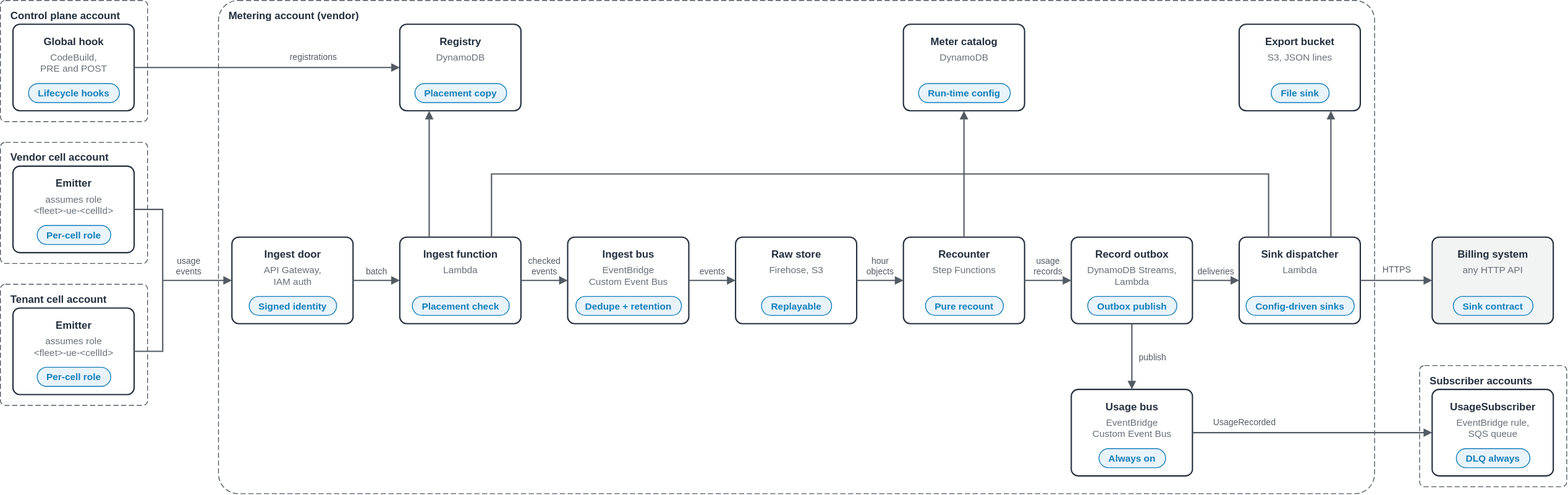
Above: samples/tenant-usage-metering/diagrams/tenant-usage-metering.components.drawio.svg in aws-samples/sample-agentic-ai-acceleration-patterns (draw.io), before the change. Source tidied: cells renumbered, new cells last; positions are measured from the earlier drawing's top-left corner, leaving out a move shared by most shapes.
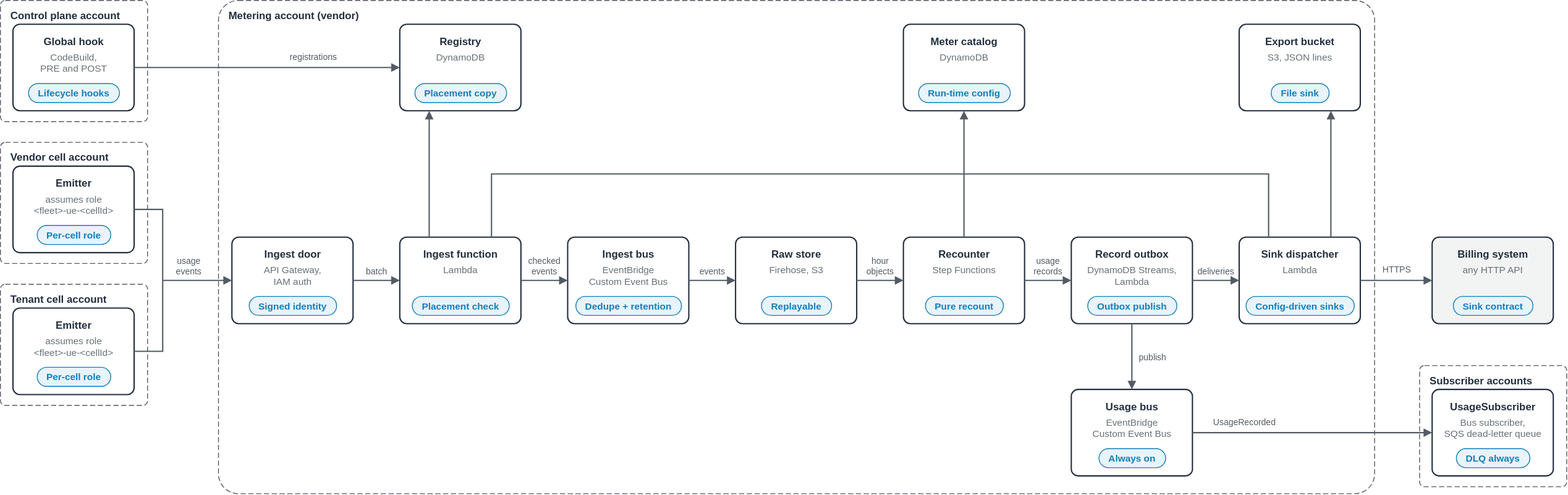
After the commit.

Commit message:
tenant-usage-metering: threat model; subscriber label on both diagrams

The edit, as a diff of the source:
```diff
@@ -203,7 +203,7 @@
     <mxCell id="68" value="UsageSubscriber" style="text;html=0;align=center;verticalAlign=top;fontSize=12;fontStyle=1;fontColor=#232F3E;spacing=0;spacingTop=0;" parent="1" vertex="1">
       <mxGeometry x="1659" y="458" width="132" height="18" as="geometry" />
     </mxCell>
-    <mxCell id="69" value="EventBridge rule,&#10;SQS queue" style="text;html=0;align=center;verticalAlign=top;fontSize=11;fontStyle=0;fontColor=#687078;spacing=0;spacingTop=0;" parent="1" vertex="1">
+    <mxCell id="69" value="Bus subscriber,&#10;SQS dead-letter queue" style="text;html=0;align=center;verticalAlign=top;fontSize=11;fontStyle=0;fontColor=#687078;spacing=0;spacingTop=0;" parent="1" vertex="1">
       <mxGeometry x="1659" y="477" width="132" height="31" as="geometry" />
     </mxCell>
     <mxCell id="70" value="DLQ always" style="rounded=1;arcSize=50;html=0;fontSize=11;fontStyle=1;fontColor=#147EBA;fillColor=#E8F3FA;strokeColor=#147EBA;align=center;verticalAlign=middle;" parent="1" vertex="1">
```
